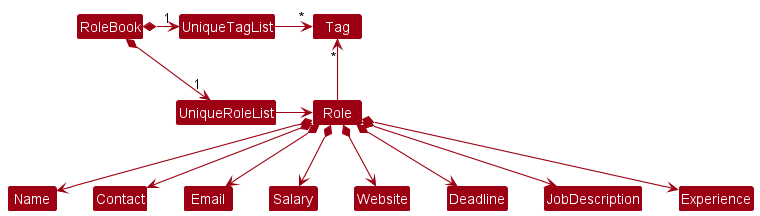
Earlier version of the PlantUML export docs/images/BetterModelClassDiagram.png (nus-cs2103-AY2223S2/tp).
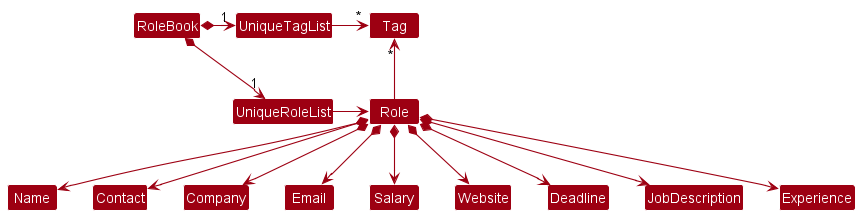
The same file after the commit.

Commit message:
Add Company field to model class diagrams

The edit, as a diff of the source:
```diff
@@ -16,6 +16,7 @@
 
 Role *--> Name
 Role *--> Contact
+Role *--> Company
 Role *--> Email
 Role *--> Salary
 Role *--> Website
```
